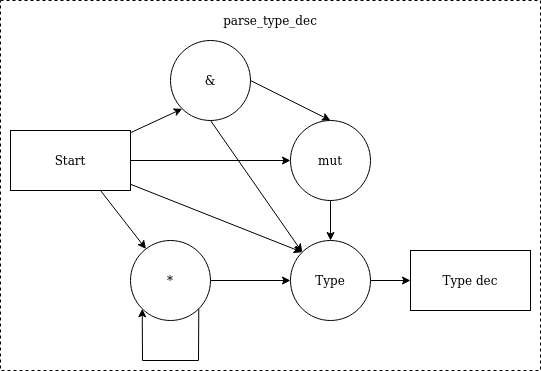
The draw.io diagram images/parser/rubigo_type_dec_parser_fsm.png in Blinningjr/rubigo-lang, before a commit. Source tidied: cells renumbered, new cells last; positions are measured from the earlier drawing's top-left corner, leaving out a move shared by most shapes.
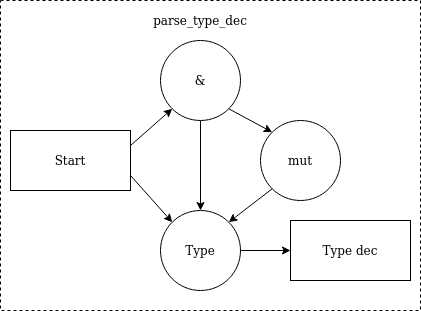
The same file after the commit.

Commit message:
Added type decleration parser and updated type_dec image

Diff of the diagram source:
```diff
@@ -3,63 +3,43 @@
     <mxCell id="0" />
     <mxCell id="1" parent="0" />
     <mxCell id="2" style="rounded=0;whiteSpace=wrap;html=1;dashed=1;" parent="1" vertex="1">
-      <mxGeometry width="540" height="370" as="geometry" />
+      <mxGeometry width="420" height="310" as="geometry" />
     </mxCell>
+    <mxCell id="4" style="edgeStyle=none;rounded=0;jettySize=auto;html=1;exitX=1;exitY=1;exitDx=0;exitDy=0;entryX=0;entryY=0;entryDx=0;entryDy=0;" parent="1" edge="1" source="5" target="9">
+      <mxGeometry relative="1" as="geometry" />
+    </mxCell>
-    <mxCell id="3" style="edgeStyle=none;rounded=0;jettySize=auto;html=1;exitX=0.5;exitY=1;exitDx=0;exitDy=0;entryX=0;entryY=0;entryDx=0;entryDy=0;" parent="1" edge="1" source="5" target="15">
+    <mxCell id="3" style="edgeStyle=none;rounded=0;jettySize=auto;html=1;exitX=0.5;exitY=1;exitDx=0;exitDy=0;entryX=0.5;entryY=0;entryDx=0;entryDy=0;" parent="1" edge="1" source="5" target="15">
       <mxGeometry relative="1" as="geometry" />
     </mxCell>
-    <mxCell id="4" style="edgeStyle=none;rounded=0;jettySize=auto;html=1;exitX=1;exitY=0.5;exitDx=0;exitDy=0;entryX=0.5;entryY=0;entryDx=0;entryDy=0;" parent="1" edge="1" source="5" target="9">
-      <mxGeometry relative="1" as="geometry" />
-    </mxCell>
     <mxCell id="5" value="&amp;amp;" style="ellipse;whiteSpace=wrap;html=1;" parent="1" vertex="1">
-      <mxGeometry x="170" y="40" width="80" height="80" as="geometry" />
+      <mxGeometry x="160" y="40" width="80" height="80" as="geometry" />
     </mxCell>
-    <mxCell id="6" style="edgeStyle=none;rounded=0;jettySize=auto;html=1;exitX=1;exitY=0.5;exitDx=0;exitDy=0;entryX=0;entryY=0.5;entryDx=0;entryDy=0;" parent="1" edge="1" source="7" target="15">
-      <mxGeometry relative="1" as="geometry" />
-    </mxCell>
-    <mxCell id="7" value="*" style="ellipse;whiteSpace=wrap;html=1;" parent="1" vertex="1">
-      <mxGeometry x="130" y="240" width="80" height="80" as="geometry" />
-    </mxCell>
-    <mxCell id="8" style="edgeStyle=none;rounded=0;jettySize=auto;html=1;exitX=0.5;exitY=1;exitDx=0;exitDy=0;entryX=0.5;entryY=0;entryDx=0;entryDy=0;" parent="1" edge="1" source="9" target="15">
+    <mxCell id="8" style="edgeStyle=none;rounded=0;jettySize=auto;html=1;exitX=0;exitY=1;exitDx=0;exitDy=0;entryX=1;entryY=0;entryDx=0;entryDy=0;" parent="1" edge="1" source="9" target="15">
       <mxGeometry relative="1" as="geometry" />
     </mxCell>
     <mxCell id="9" value="mut" style="ellipse;whiteSpace=wrap;html=1;" parent="1" vertex="1">
-      <mxGeometry x="290" y="120" width="80" height="80" as="geometry" />
+      <mxGeometry x="260" y="120" width="80" height="80" as="geometry" />
     </mxCell>
-    <mxCell id="10" style="edgeStyle=none;rounded=0;jettySize=auto;html=1;entryX=0;entryY=1;entryDx=0;entryDy=0;" parent="1" edge="1" source="18" target="5">
-      <mxGeometry relative="1" as="geometry" />
-    </mxCell>
-    <mxCell id="11" style="edgeStyle=none;rounded=0;jettySize=auto;html=1;exitX=1;exitY=0.5;exitDx=0;exitDy=0;entryX=0;entryY=0.5;entryDx=0;entryDy=0;" parent="1" edge="1" source="18" target="9">
-      <mxGeometry relative="1" as="geometry" />
-    </mxCell>
-    <mxCell id="12" style="edgeStyle=none;rounded=0;jettySize=auto;html=1;exitX=0.75;exitY=1;exitDx=0;exitDy=0;" parent="1" edge="1" source="18" target="7">
-      <mxGeometry relative="1" as="geometry" />
-    </mxCell>
-    <mxCell id="13" style="edgeStyle=none;rounded=0;jettySize=auto;html=1;entryX=0;entryY=0;entryDx=0;entryDy=0;" parent="1" edge="1" source="18" target="15">
-      <mxGeometry relative="1" as="geometry" />
-    </mxCell>
     <mxCell id="14" style="edgeStyle=orthogonalEdgeStyle;rounded=0;jettySize=auto;html=1;exitX=1;exitY=0.5;exitDx=0;exitDy=0;" parent="1" edge="1" source="15" target="17">
       <mxGeometry relative="1" as="geometry" />
     </mxCell>
     <mxCell id="15" value="Type" style="ellipse;whiteSpace=wrap;html=1;" parent="1" vertex="1">
-      <mxGeometry x="290" y="240" width="80" height="80" as="geometry" />
+      <mxGeometry x="160" y="210" width="80" height="80" as="geometry" />
     </mxCell>
-    <mxCell id="16" style="edgeStyle=none;rounded=0;orthogonalLoop=1;jettySize=auto;html=1;exitX=1;exitY=1;exitDx=0;exitDy=0;entryX=0;entryY=1;entryDx=0;entryDy=0;" parent="1" edge="1" source="7" target="7">
-      <mxGeometry relative="1" as="geometry">
-        <Array as="points">
-          <mxPoint x="198" y="360" />
-          <mxPoint x="142" y="360" />
-        </Array>
-      </mxGeometry>
-    </mxCell>
     <mxCell id="17" value="Type dec" style="rounded=0;whiteSpace=wrap;html=1;" parent="1" vertex="1">
-      <mxGeometry x="410" y="250" width="120" height="60" as="geometry" />
+      <mxGeometry x="290" y="220" width="120" height="60" as="geometry" />
     </mxCell>
+    <mxCell id="10" style="rounded=0;jettySize=auto;html=1;exitX=1;exitY=0.25;exitDx=0;exitDy=0;entryX=0;entryY=1;entryDx=0;entryDy=0;" parent="1" edge="1" source="18" target="5">
+      <mxGeometry relative="1" as="geometry" />
+    </mxCell>
+    <mxCell id="13" style="edgeStyle=none;rounded=0;jettySize=auto;html=1;exitX=1;exitY=0.75;exitDx=0;exitDy=0;entryX=0;entryY=0;entryDx=0;entryDy=0;" parent="1" edge="1" source="18" target="15">
+      <mxGeometry relative="1" as="geometry" />
+    </mxCell>
     <mxCell id="18" value="Start" style="rounded=0;whiteSpace=wrap;html=1;" parent="1" vertex="1">
       <mxGeometry x="10" y="130" width="120" height="60" as="geometry" />
     </mxCell>
     <mxCell id="19" value="parse_type_dec" style="text;html=1;strokeColor=none;fillColor=none;align=center;verticalAlign=middle;whiteSpace=wrap;rounded=0;dashed=1;" parent="1" vertex="1">
-      <mxGeometry x="250" y="10" width="40" height="20" as="geometry" />
+      <mxGeometry x="180" y="10" width="40" height="20" as="geometry" />
     </mxCell>
   </root>
 </mxGraphModel>
```
